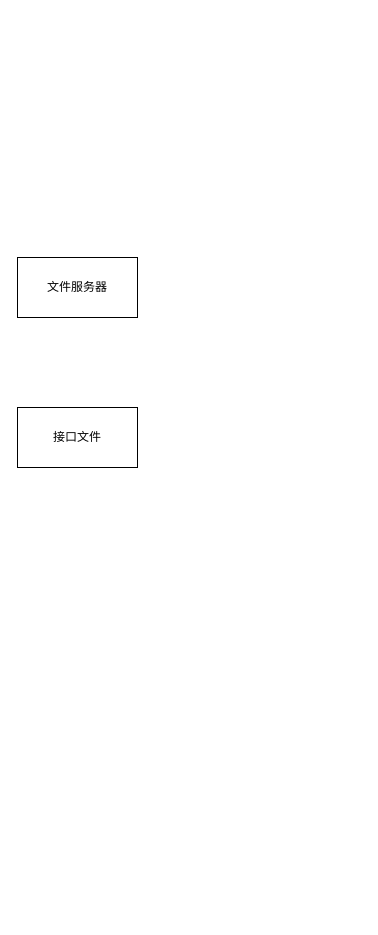
Above: 未命名表单2.drawio in baker635/tmp (draw.io), before the change. Source tidied: cells renumbered, new cells numbered last; positions are measured from the earlier drawing's top-left corner, leaving out a move shared by most shapes. Both pictures are drawn from the tidied source at 100%, with x=0, y=0 at pixel (17, 257).
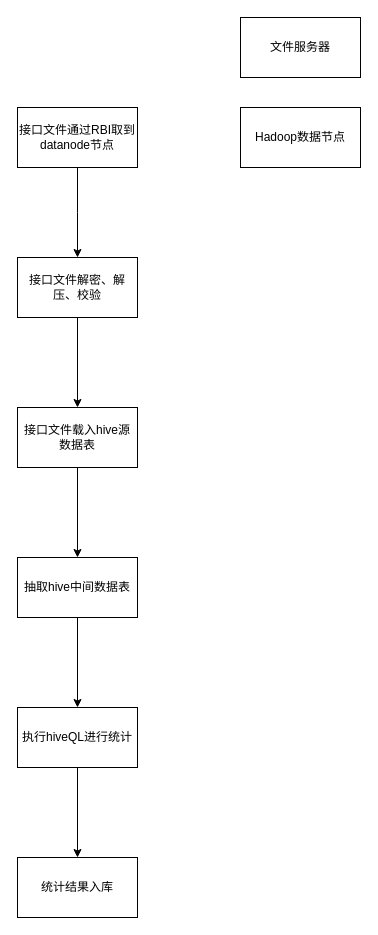
The same page after the edit.

Commit message (it also covers changes not shown here):
更新未命名表单2.drawio

Diff of the diagram source:
```diff
@@
 <mxGraphModel>
   <root>
     <mxCell id="0" />
     <mxCell id="1" parent="0" />
+    <mxCell id="4" style="edgeStyle=orthogonalEdgeStyle;rounded=0;jettySize=auto;html=1;exitX=0.5;exitY=1;exitDx=0;exitDy=0;entryX=0.5;entryY=0;entryDx=0;entryDy=0;" parent="1" edge="1" source="2" target="7">
+      <mxGeometry relative="1" as="geometry" />
+    </mxCell>
-    <mxCell id="2" value="接口文件" style="rounded=0;whiteSpace=wrap;html=1;" parent="1" vertex="1">
+    <mxCell id="2" value="接口文件&lt;span&gt;载入hive&lt;/span&gt;源数据表" style="rounded=0;whiteSpace=wrap;html=1;" parent="1" vertex="1">
       <mxGeometry y="150" width="120" height="60" as="geometry" />
     </mxCell>
+    <mxCell id="5" style="edgeStyle=orthogonalEdgeStyle;rounded=0;jettySize=auto;html=1;entryX=0.5;entryY=0;entryDx=0;entryDy=0;" parent="1" edge="1" source="3" target="2">
+      <mxGeometry relative="1" as="geometry" />
+    </mxCell>
-    <mxCell id="3" value="文件服务器" style="rounded=0;whiteSpace=wrap;html=1;" parent="1" vertex="1">
+    <mxCell id="3" value="接口文件&lt;span&gt;解密、解压、校验&lt;/span&gt;" style="rounded=0;whiteSpace=wrap;html=1;" parent="1" vertex="1">
       <mxGeometry width="120" height="60" as="geometry" />
     </mxCell>
+    <mxCell id="6" style="edgeStyle=orthogonalEdgeStyle;rounded=0;jettySize=auto;html=1;exitX=0.5;exitY=1;exitDx=0;exitDy=0;entryX=0.5;entryY=0;entryDx=0;entryDy=0;" parent="1" edge="1" source="7" target="9">
+      <mxGeometry relative="1" as="geometry" />
+    </mxCell>
+    <mxCell id="7" value="&lt;span&gt;抽取hive&lt;/span&gt;中间数据表" style="rounded=0;whiteSpace=wrap;html=1;" parent="1" vertex="1">
+      <mxGeometry y="300" width="120" height="60" as="geometry" />
+    </mxCell>
+    <mxCell id="8" style="edgeStyle=orthogonalEdgeStyle;rounded=0;jettySize=auto;html=1;exitX=0.5;exitY=1;exitDx=0;exitDy=0;entryX=0.5;entryY=0;entryDx=0;entryDy=0;" parent="1" edge="1" source="9" target="10">
+      <mxGeometry relative="1" as="geometry" />
+    </mxCell>
+    <mxCell id="9" value="执行hiveQL进行统计" style="rounded=0;whiteSpace=wrap;html=1;" parent="1" vertex="1">
+      <mxGeometry y="450" width="120" height="60" as="geometry" />
+    </mxCell>
+    <mxCell id="10" value="统计结果入库" style="rounded=0;whiteSpace=wrap;html=1;" parent="1" vertex="1">
+      <mxGeometry y="600" width="120" height="60" as="geometry" />
+    </mxCell>
+    <mxCell id="11" style="edgeStyle=orthogonalEdgeStyle;rounded=0;jettySize=auto;html=1;entryX=0.5;entryY=0;entryDx=0;entryDy=0;" parent="1" edge="1" source="12">
+      <mxGeometry relative="1" as="geometry">
+        <mxPoint x="60" as="targetPoint" />
+      </mxGeometry>
+    </mxCell>
+    <mxCell id="12" value="&lt;span&gt;接口文件通过RBI取到datanode节点&lt;/span&gt;" style="rounded=0;whiteSpace=wrap;html=1;" parent="1" vertex="1">
+      <mxGeometry y="-150" width="120" height="60" as="geometry" />
+    </mxCell>
+    <mxCell id="13" value="Hadoop数据节点" style="rounded=0;whiteSpace=wrap;html=1;" parent="1" vertex="1">
+      <mxGeometry x="223" y="-150" width="120" height="60" as="geometry" />
+    </mxCell>
+    <mxCell id="14" value="文件服务器" style="rounded=0;whiteSpace=wrap;html=1;" parent="1" vertex="1">
+      <mxGeometry x="223" y="-240" width="120" height="60" as="geometry" />
+    </mxCell>
   </root>
 </mxGraphModel>
```
